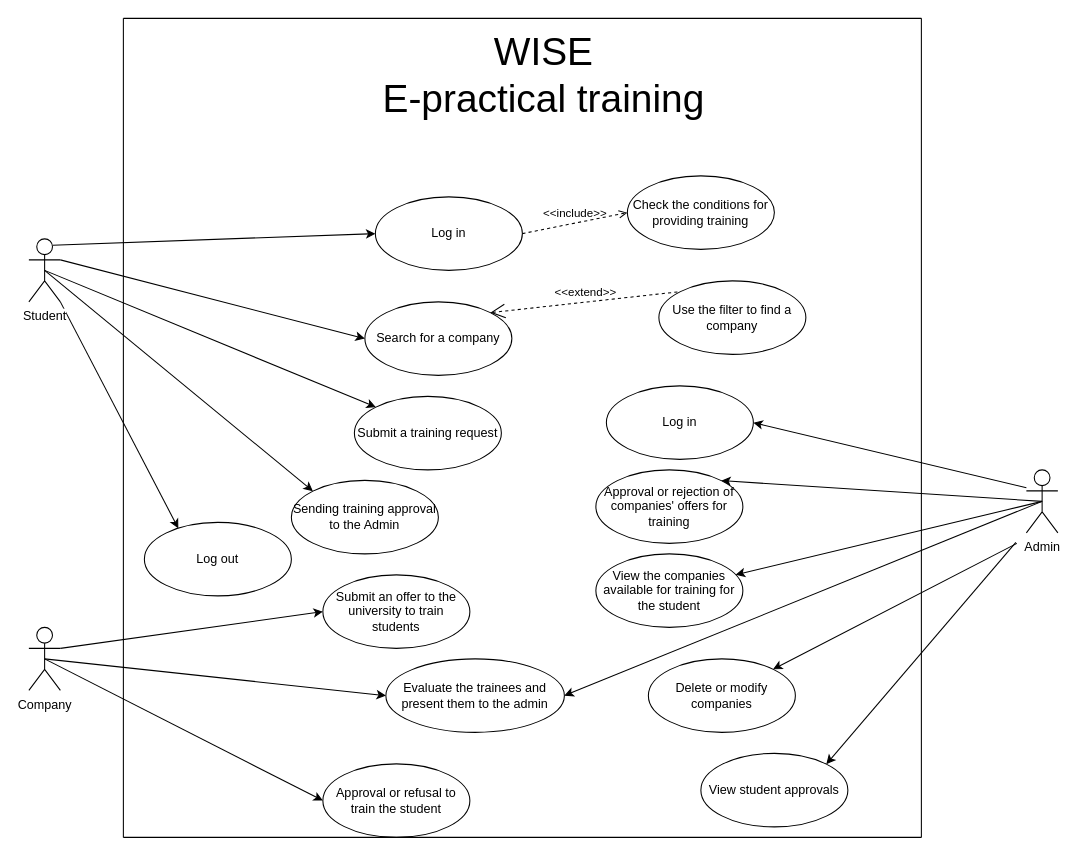
Before: e-practical training/Diagram/Use case.drawio in Mohammadalborini/final-project, a draw.io diagram. Source tidied: cells renumbered, new cells numbered last; positions are measured from the earlier drawing's top-left corner, leaving out a move shared by most shapes. Both pictures are drawn from the tidied source at 105%, with x=0, y=0 at pixel (28, 18).
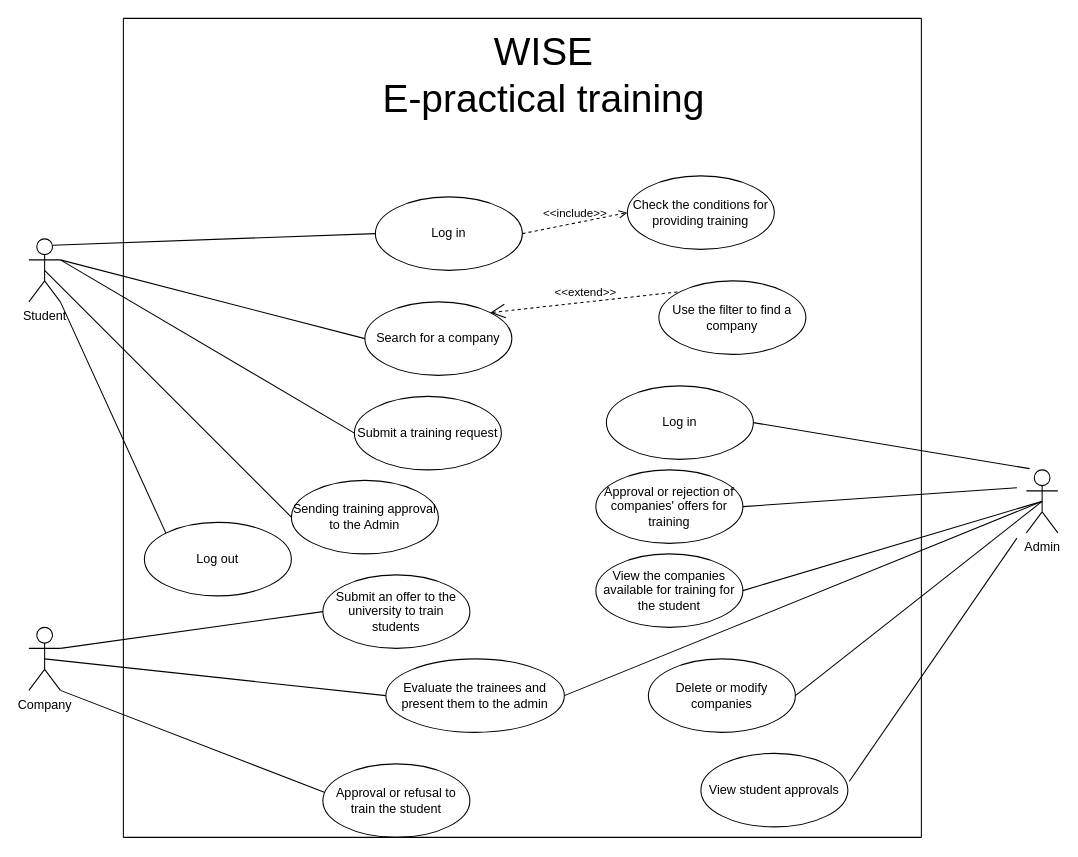
Above is the later version.

Unchanged cells that the change refers to:
```xml
<mxCell id="9" value="Admin" style="shape=umlActor;verticalLabelPosition=bottom;labelBackgroundColor=#ffffff;verticalAlign=top;html=1;outlineConnect=0;perimeterSpacing=9;strokeWidth=1;" parent="1" vertex="1">
  <mxGeometry x="950" y="430" width="30" height="60" as="geometry" />
</mxCell>
<mxCell id="13" value="Company" style="shape=umlActor;verticalLabelPosition=bottom;labelBackgroundColor=#ffffff;verticalAlign=top;html=1;outlineConnect=0;" parent="1" vertex="1">
  <mxGeometry y="580" width="30" height="60" as="geometry" />
</mxCell>
<mxCell id="19" value="Student" style="shape=umlActor;verticalLabelPosition=bottom;labelBackgroundColor=#ffffff;verticalAlign=top;html=1;outlineConnect=0;" parent="1" vertex="1">
  <mxGeometry y="210" width="30" height="60" as="geometry" />
</mxCell>
<mxCell id="20" value="Log in" style="ellipse;whiteSpace=wrap;html=1;strokeWidth=1;" parent="1" vertex="1">
  <mxGeometry x="330" y="170" width="140" height="70" as="geometry" />
</mxCell>
<mxCell id="21" value="Submit a training request" style="ellipse;whiteSpace=wrap;html=1;strokeWidth=1;" parent="1" vertex="1">
  <mxGeometry x="310" y="360" width="140" height="70" as="geometry" />
</mxCell>
<mxCell id="22" value="Log out" style="ellipse;whiteSpace=wrap;html=1;strokeWidth=1;" parent="1" vertex="1">
  <mxGeometry x="110" y="480" width="140" height="70" as="geometry" />
</mxCell>
<mxCell id="23" value="Search for a company" style="ellipse;whiteSpace=wrap;html=1;strokeWidth=1;" parent="1" vertex="1">
  <mxGeometry x="320" y="270" width="140" height="70" as="geometry" />
</mxCell>
<mxCell id="26" value="Approval or refusal to train the student" style="ellipse;whiteSpace=wrap;html=1;strokeWidth=1;" parent="1" vertex="1">
  <mxGeometry x="280" y="710" width="140" height="70" as="geometry" />
</mxCell>
<mxCell id="27" value="Submit an offer to the university to train students" style="ellipse;whiteSpace=wrap;html=1;strokeWidth=1;" parent="1" vertex="1">
  <mxGeometry x="280" y="530" width="140" height="70" as="geometry" />
</mxCell>
<mxCell id="30" value="View the companies available for training for the student" style="ellipse;whiteSpace=wrap;html=1;strokeWidth=1;" parent="1" vertex="1">
  <mxGeometry x="540" y="510" width="140" height="70" as="geometry" />
</mxCell>
<mxCell id="31" value="Approval or rejection of companies' offers for training" style="ellipse;whiteSpace=wrap;html=1;strokeWidth=1;" parent="1" vertex="1">
  <mxGeometry x="540" y="430" width="140" height="70" as="geometry" />
</mxCell>
<mxCell id="32" value="Log in" style="ellipse;whiteSpace=wrap;html=1;strokeWidth=1;" parent="1" vertex="1">
  <mxGeometry x="550" y="350" width="140" height="70" as="geometry" />
</mxCell>
<mxCell id="33" value="Sending training approval to the Admin" style="ellipse;whiteSpace=wrap;html=1;strokeWidth=1;" parent="1" vertex="1">
  <mxGeometry x="250" y="440" width="140" height="70" as="geometry" />
</mxCell>
<mxCell id="34" value="Delete or modify companies" style="ellipse;whiteSpace=wrap;html=1;strokeWidth=1;" parent="1" vertex="1">
  <mxGeometry x="590" y="610" width="140" height="70" as="geometry" />
</mxCell>
<mxCell id="35" value="View student approvals" style="ellipse;whiteSpace=wrap;html=1;strokeWidth=1;" parent="1" vertex="1">
  <mxGeometry x="640" y="700" width="140" height="70" as="geometry" />
</mxCell>
<mxCell id="40" value="Evaluate the trainees and present them to the admin" style="ellipse;whiteSpace=wrap;html=1;" parent="1" vertex="1">
  <mxGeometry x="340" y="610" width="170" height="70" as="geometry" />
</mxCell>
```

Diff of the diagram source:
```diff
@@
-    <mxCell id="3" style="edgeStyle=none;rounded=0;jettySize=auto;html=1;entryX=1;entryY=0.5;entryDx=0;entryDy=0;" parent="1" edge="1" target="32">
-      <mxGeometry relative="1" as="geometry">
-        <mxPoint x="950" y="447" as="sourcePoint" />
-      </mxGeometry>
-    </mxCell>
-    <mxCell id="4" style="edgeStyle=none;rounded=0;jettySize=auto;html=1;exitX=0.5;exitY=0.5;exitDx=0;exitDy=0;exitPerimeter=0;entryX=1;entryY=0;entryDx=0;entryDy=0;" parent="1" edge="1" source="9" target="31">
-      <mxGeometry relative="1" as="geometry" />
-    </mxCell>
-    <mxCell id="5" style="edgeStyle=none;rounded=0;jettySize=auto;html=1;exitX=0.5;exitY=0.5;exitDx=0;exitDy=0;exitPerimeter=0;" parent="1" edge="1" source="9" target="30">
-      <mxGeometry relative="1" as="geometry" />
-    </mxCell>
-    <mxCell id="6" style="edgeStyle=none;rounded=0;jettySize=auto;html=1;" parent="1" edge="1" target="34">
-      <mxGeometry relative="1" as="geometry">
-        <mxPoint x="941" y="500" as="sourcePoint" />
-      </mxGeometry>
-    </mxCell>
-    <mxCell id="7" style="edgeStyle=none;rounded=0;jettySize=auto;html=1;entryX=1;entryY=0;entryDx=0;entryDy=0;" parent="1" edge="1" target="35">
-      <mxGeometry relative="1" as="geometry">
-        <mxPoint x="940" y="499" as="sourcePoint" />
-      </mxGeometry>
-    </mxCell>
-    <mxCell id="8" style="edgeStyle=none;rounded=0;jettySize=auto;html=1;exitX=0.5;exitY=0.5;exitDx=0;exitDy=0;exitPerimeter=0;entryX=1;entryY=0.5;entryDx=0;entryDy=0;" parent="1" edge="1" source="9" target="40">
-      <mxGeometry relative="1" as="geometry" />
-    </mxCell>
@@
-    <mxCell id="10" style="edgeStyle=none;rounded=0;jettySize=auto;html=1;exitX=1;exitY=0.3333333333333333;exitDx=0;exitDy=0;exitPerimeter=0;entryX=0;entryY=0.5;entryDx=0;entryDy=0;" parent="1" edge="1" source="13" target="27">
-      <mxGeometry relative="1" as="geometry" />
-    </mxCell>
-    <mxCell id="11" style="edgeStyle=none;rounded=0;jettySize=auto;html=1;exitX=0.5;exitY=0.5;exitDx=0;exitDy=0;exitPerimeter=0;entryX=0;entryY=0.5;entryDx=0;entryDy=0;" parent="1" edge="1" source="13" target="26">
-      <mxGeometry relative="1" as="geometry" />
-    </mxCell>
-    <mxCell id="12" style="rounded=0;jettySize=auto;html=1;exitX=0.5;exitY=0.5;exitDx=0;exitDy=0;exitPerimeter=0;entryX=0;entryY=0.5;entryDx=0;entryDy=0;" parent="1" edge="1" source="13" target="40">
-      <mxGeometry relative="1" as="geometry" />
-    </mxCell>
@@
-    <mxCell id="14" style="rounded=0;jettySize=auto;html=1;exitX=0.75;exitY=0.1;exitDx=0;exitDy=0;exitPerimeter=0;entryX=0;entryY=0.5;entryDx=0;entryDy=0;" parent="1" edge="1" source="19" target="20">
-      <mxGeometry relative="1" as="geometry" />
-    </mxCell>
-    <mxCell id="15" style="edgeStyle=none;rounded=0;jettySize=auto;html=1;exitX=1;exitY=0.3333333333333333;exitDx=0;exitDy=0;exitPerimeter=0;entryX=0;entryY=0.5;entryDx=0;entryDy=0;" parent="1" edge="1" source="19" target="23">
-      <mxGeometry relative="1" as="geometry" />
-    </mxCell>
-    <mxCell id="16" style="edgeStyle=none;rounded=0;jettySize=auto;html=1;exitX=0.5;exitY=0.5;exitDx=0;exitDy=0;exitPerimeter=0;entryX=0;entryY=0;entryDx=0;entryDy=0;" parent="1" edge="1" source="19" target="21">
-      <mxGeometry relative="1" as="geometry" />
-    </mxCell>
-    <mxCell id="17" style="edgeStyle=none;rounded=0;jettySize=auto;html=1;entryX=0.231;entryY=0.082;entryDx=0;entryDy=0;entryPerimeter=0;exitX=1;exitY=1;exitDx=0;exitDy=0;exitPerimeter=0;" parent="1" edge="1" source="19" target="22">
-      <mxGeometry relative="1" as="geometry" />
-    </mxCell>
-    <mxCell id="18" style="edgeStyle=none;rounded=0;jettySize=auto;html=1;exitX=0.5;exitY=0.5;exitDx=0;exitDy=0;exitPerimeter=0;entryX=0;entryY=0;entryDx=0;entryDy=0;" parent="1" edge="1" source="19" target="33">
-      <mxGeometry relative="1" as="geometry" />
-    </mxCell>
@@
+    <mxCell id="14" style="endArrow=none;html=1;exitX=0.75;exitY=0.1;exitDx=0;exitDy=0;exitPerimeter=0;entryX=0;entryY=0.5;entryDx=0;entryDy=0;" parent="1" edge="1" source="19" target="20">
+      <mxGeometry relative="1" as="geometry" />
+    </mxCell>
+    <mxCell id="16" style="endArrow=none;html=1;exitX=1;exitY=0.333;exitDx=0;exitDy=0;exitPerimeter=0;entryX=0;entryY=0.5;entryDx=0;entryDy=0;" parent="1" edge="1" source="19" target="21">
+      <mxGeometry relative="1" as="geometry" />
+    </mxCell>
+    <mxCell id="18" style="endArrow=none;html=1;exitX=0.5;exitY=0.5;exitDx=0;exitDy=0;exitPerimeter=0;entryX=0;entryY=0.5;entryDx=0;entryDy=0;" parent="1" edge="1" source="19" target="33">
+      <mxGeometry relative="1" as="geometry" />
+    </mxCell>
+    <mxCell id="17" style="endArrow=none;html=1;exitX=1;exitY=1;exitDx=0;exitDy=0;exitPerimeter=0;entryX=0;entryY=0;entryDx=0;entryDy=0;" parent="1" edge="1" source="19" target="22">
+      <mxGeometry relative="1" as="geometry" />
+    </mxCell>
+    <mxCell id="15" style="endArrow=none;html=1;exitX=1;exitY=0.3333333333333333;exitDx=0;exitDy=0;exitPerimeter=0;entryX=0;entryY=0.5;entryDx=0;entryDy=0;" parent="1" edge="1" source="19" target="23">
+      <mxGeometry relative="1" as="geometry" />
+    </mxCell>
+    <mxCell id="10" style="endArrow=none;html=1;exitX=1;exitY=0.3333333333333333;exitDx=0;exitDy=0;exitPerimeter=0;entryX=0;entryY=0.5;entryDx=0;entryDy=0;" parent="1" edge="1" source="13" target="27">
+      <mxGeometry relative="1" as="geometry" />
+    </mxCell>
+    <mxCell id="12" style="endArrow=none;html=1;exitX=0.5;exitY=0.5;exitDx=0;exitDy=0;exitPerimeter=0;entryX=0;entryY=0.5;entryDx=0;entryDy=0;" parent="1" edge="1" source="13" target="40">
+      <mxGeometry relative="1" as="geometry" />
+    </mxCell>
+    <mxCell id="11" style="endArrow=none;html=1;exitX=1;exitY=1;exitDx=0;exitDy=0;exitPerimeter=0;entryX=0.014;entryY=0.389;entryDx=0;entryDy=0;entryPerimeter=0;" parent="1" edge="1" source="13" target="26">
+      <mxGeometry relative="1" as="geometry" />
+    </mxCell>
+    <mxCell id="41" style="endArrow=none;html=1;exitX=1;exitY=0.5;exitDx=0;exitDy=0;entryX=0.25;entryY=0.1;entryDx=0;entryDy=0;entryPerimeter=0;" parent="1" edge="1" source="32" target="9">
+      <mxGeometry relative="1" as="geometry" />
+    </mxCell>
+    <mxCell id="42" style="endArrow=none;html=1;exitX=1;exitY=0.5;exitDx=0;exitDy=0;entryX=0;entryY=0.3333333333333333;entryDx=0;entryDy=0;entryPerimeter=0;" parent="1" edge="1" source="31" target="9">
+      <mxGeometry relative="1" as="geometry" />
+    </mxCell>
+    <mxCell id="43" style="endArrow=none;html=1;exitX=1;exitY=0.5;exitDx=0;exitDy=0;entryX=0.5;entryY=0.5;entryDx=0;entryDy=0;entryPerimeter=0;" parent="1" edge="1" source="30" target="9">
+      <mxGeometry relative="1" as="geometry" />
+    </mxCell>
+    <mxCell id="44" style="endArrow=none;html=1;exitX=1;exitY=0.5;exitDx=0;exitDy=0;entryX=0.5;entryY=0.5;entryDx=0;entryDy=0;entryPerimeter=0;" parent="1" edge="1" source="40" target="9">
+      <mxGeometry relative="1" as="geometry" />
+    </mxCell>
+    <mxCell id="45" style="endArrow=none;html=1;entryX=0.5;entryY=0.5;entryDx=0;entryDy=0;entryPerimeter=0;" parent="1" edge="1" target="9">
+      <mxGeometry relative="1" as="geometry">
+        <mxPoint x="730" y="645" as="sourcePoint" />
+      </mxGeometry>
+    </mxCell>
+    <mxCell id="46" style="endArrow=none;html=1;exitX=1.009;exitY=0.383;exitDx=0;exitDy=0;exitPerimeter=0;" parent="1" edge="1" source="35">
+      <mxGeometry relative="1" as="geometry">
+        <mxPoint x="941" y="495" as="targetPoint" />
+      </mxGeometry>
+    </mxCell>
```
